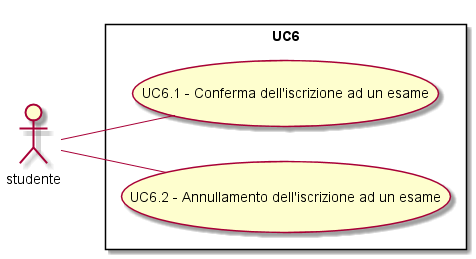
Before: Analisi dei requisiti/img/UC6.png, a diagram exported from PlantUML (SOS-SonsOfSwe/Marvin).
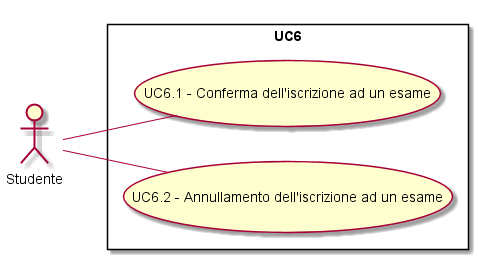
After the commit.

Diff of the diagram source:
```diff
@@ -1,9 +1,9 @@
 @startuml
 left to right direction
 skinparam packageStyle rectangle
-actor studente
+actor Studente
 rectangle UC6 {
-studente -- (UC6.1 - Conferma dell'iscrizione ad un esame)
-studente -- (UC6.2 - Annullamento dell'iscrizione ad un esame)
+Studente -- (UC6.1 - Conferma dell'iscrizione ad un esame)
+Studente -- (UC6.2 - Annullamento dell'iscrizione ad un esame)
 }
 @enduml
```
